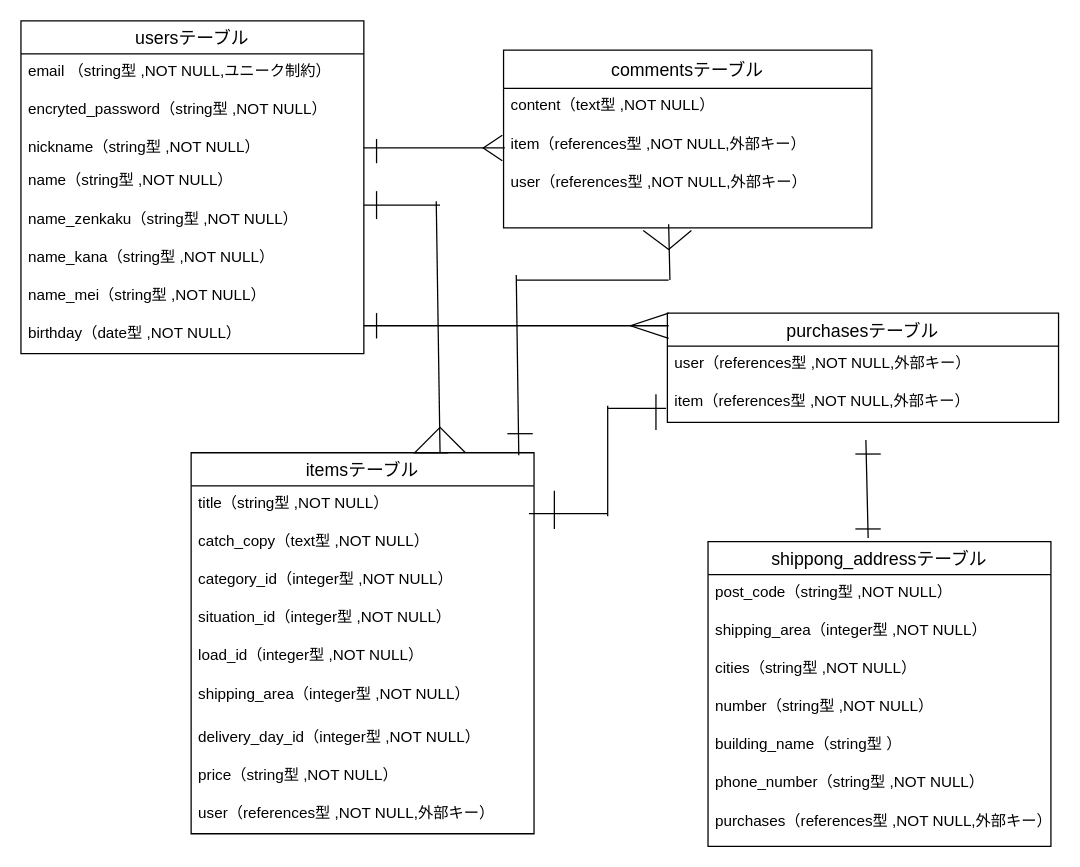
The draw.io diagram furima.dio in shota-kida/furima-39132-2, before the edit. Source tidied: cells renumbered, new cells numbered last; positions are measured from the earlier drawing's top-left corner, leaving out a move shared by most shapes. Both pictures are drawn from the tidied source at 127%, with x=0, y=0 at pixel (20, 20).
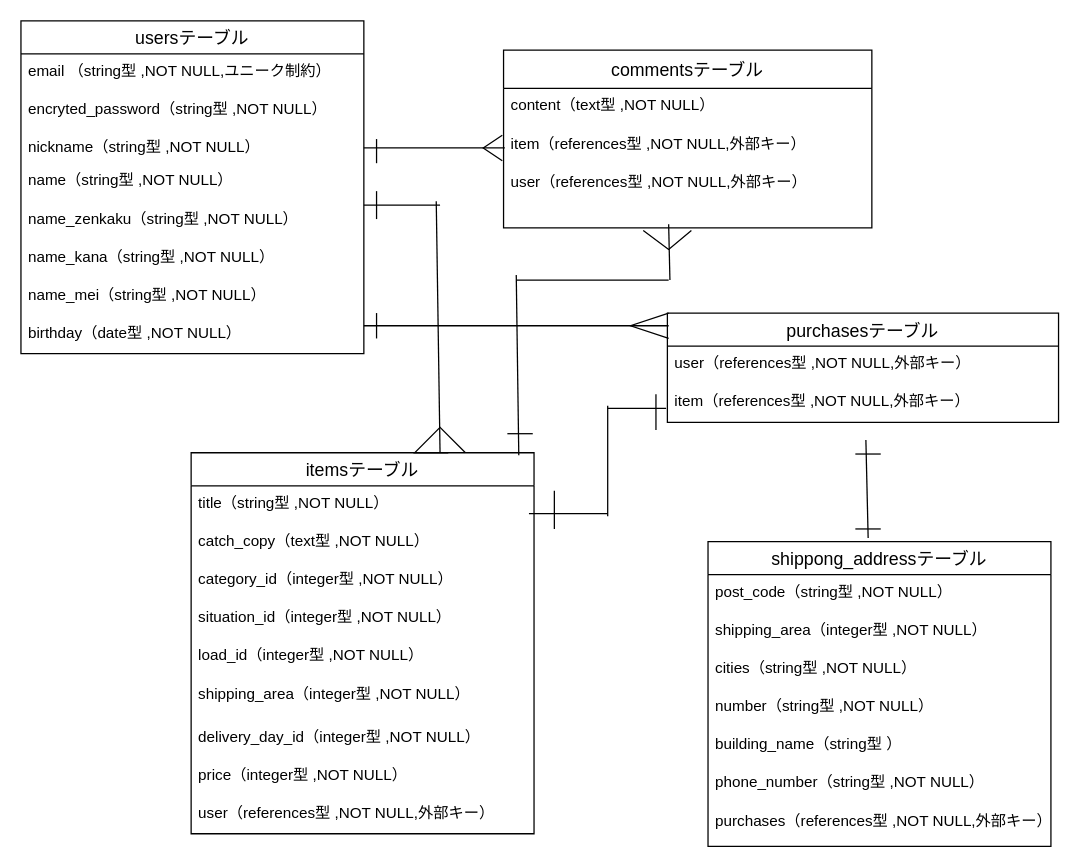
The same diagram, later.

Commit message (it also covers changes not shown here):
ER図・README再再再修正

The change refers to these unchanged cells:
```xml
<mxCell id="11" value="itemsテーブル" style="swimlane;fontStyle=0;horizontal=1;startSize=26;align=center;fontSize=14;" parent="1" vertex="1">
  <mxGeometry x="134" y="340" width="270" height="300" as="geometry" />
</mxCell>
```

The edit, as a diff of the source:
```diff
@@
-    <mxCell id="19" value="price（string型 ,NOT NULL）" style="text;strokeColor=none;fillColor=none;spacingLeft=4;spacingRight=4;overflow=hidden;fontSize=12;" parent="11" vertex="1">
+    <mxCell id="19" value="price（integer型 ,NOT NULL）" style="text;strokeColor=none;fillColor=none;spacingLeft=4;spacingRight=4;overflow=hidden;fontSize=12;" parent="11" vertex="1">
       <mxGeometry y="240" width="270" height="30" as="geometry" />
     </mxCell>
```
